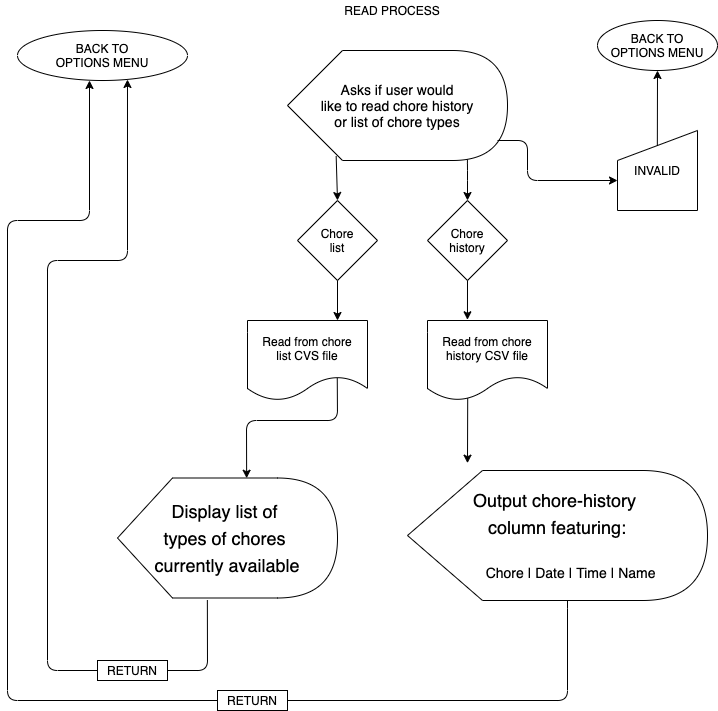
kingjbradz/JordanBradley_T1A3 keeps this draw.io diagram as docs/read_process.png. Above is the earlier version. Source tidied: cells renumbered, new cells last; positions are measured from the earlier drawing's top-left corner, leaving out a move shared by most shapes. The source it was exported from:
```xml
<mxGraphModel>
  <root>
    <mxCell id="0" />
    <mxCell id="1" parent="0" />
    <mxCell id="2" value="READ PROCESS" style="text;html=1;strokeColor=none;fillColor=none;align=center;verticalAlign=middle;whiteSpace=wrap;rounded=0;" parent="1" vertex="1">
      <mxGeometry x="295" width="180" height="20" as="geometry" />
    </mxCell>
    <mxCell id="3" value="BACK TO&lt;br&gt;OPTIONS MENU" style="ellipse;whiteSpace=wrap;html=1;" parent="1" vertex="1">
      <mxGeometry x="10" y="30" width="170" height="50" as="geometry" />
    </mxCell>
    <mxCell id="4" style="endArrow=classic;html=1;exitX=0.451;exitY=1;exitDx=0;exitDy=0;exitPerimeter=0;" parent="1" edge="1">
      <mxGeometry relative="1" as="geometry">
        <mxPoint x="559.8" y="597.5" as="sourcePoint" />
        <mxPoint x="82" y="80" as="targetPoint" />
        <Array as="points">
          <mxPoint x="560" y="598" />
          <mxPoint x="560" y="700" />
          <mxPoint y="700" />
          <mxPoint y="220" />
          <mxPoint x="82" y="220" />
        </Array>
      </mxGeometry>
    </mxCell>
    <mxCell id="5" style="endArrow=classic;html=1;entryX=0.647;entryY=0.98;entryDx=0;entryDy=0;entryPerimeter=0;exitX=0.461;exitY=0.999;exitDx=0;exitDy=0;exitPerimeter=0;" parent="1" edge="1" target="3">
      <mxGeometry relative="1" as="geometry">
        <mxPoint x="199.9" y="599.6" as="sourcePoint" />
        <Array as="points">
          <mxPoint x="200" y="670" />
          <mxPoint x="40" y="670" />
          <mxPoint x="40" y="260" />
          <mxPoint x="120" y="260" />
        </Array>
      </mxGeometry>
    </mxCell>
    <mxCell id="6" value="Chore&lt;br&gt;list" style="rhombus;whiteSpace=wrap;html=1;" parent="1" vertex="1">
      <mxGeometry x="290" y="200" width="80" height="80" as="geometry" />
    </mxCell>
    <mxCell id="7" value="Chore&lt;br&gt;history" style="rhombus;whiteSpace=wrap;html=1;" parent="1" vertex="1">
      <mxGeometry x="420" y="200" width="80" height="80" as="geometry" />
    </mxCell>
    <mxCell id="8" value="Read from chore&lt;br&gt;list CVS file" style="shape=document;whiteSpace=wrap;html=1;boundedLbl=1;" parent="1" vertex="1">
      <mxGeometry x="240" y="320" width="120" height="80" as="geometry" />
    </mxCell>
    <mxCell id="9" value="Read from chore&lt;br&gt;history CSV file" style="shape=document;whiteSpace=wrap;html=1;boundedLbl=1;" parent="1" vertex="1">
      <mxGeometry x="420" y="320" width="120" height="80" as="geometry" />
    </mxCell>
    <mxCell id="10" style="endArrow=classic;html=1;exitX=0.187;exitY=0.987;exitDx=0;exitDy=0;exitPerimeter=0;entryX=0.5;entryY=0;entryDx=0;entryDy=0;" parent="1" edge="1" target="6">
      <mxGeometry relative="1" as="geometry">
        <mxPoint x="328.7" y="155.5" as="sourcePoint" />
      </mxGeometry>
    </mxCell>
    <mxCell id="11" style="endArrow=classic;html=1;entryX=0.5;entryY=0;entryDx=0;entryDy=0;exitX=0.916;exitY=0.997;exitDx=0;exitDy=0;exitPerimeter=0;" parent="1" edge="1" target="7">
      <mxGeometry relative="1" as="geometry">
        <mxPoint x="459.9" y="156.6" as="sourcePoint" />
        <Array as="points">
          <mxPoint x="460" y="170" />
        </Array>
      </mxGeometry>
    </mxCell>
    <mxCell id="12" style="endArrow=classic;html=1;entryX=0.75;entryY=0;entryDx=0;entryDy=0;" parent="1" edge="1" target="8">
      <mxGeometry relative="1" as="geometry">
        <mxPoint x="330" y="280" as="sourcePoint" />
      </mxGeometry>
    </mxCell>
    <mxCell id="13" style="endArrow=classic;html=1;entryX=0.333;entryY=-0.009;entryDx=0;entryDy=0;exitX=0.5;exitY=1;exitDx=0;exitDy=0;entryPerimeter=0;" parent="1" edge="1" source="7" target="9">
      <mxGeometry relative="1" as="geometry" />
    </mxCell>
    <mxCell id="14" style="endArrow=classic;html=1;exitX=0.335;exitY=0.972;exitDx=0;exitDy=0;exitPerimeter=0;entryX=0.129;entryY=0.005;entryDx=0;entryDy=0;entryPerimeter=0;" parent="1" edge="1" source="9">
      <mxGeometry relative="1" as="geometry">
        <mxPoint x="460" y="462.7" as="targetPoint" />
      </mxGeometry>
    </mxCell>
    <mxCell id="15" style="endArrow=classic;html=1;entryX=0.587;entryY=0.002;entryDx=0;entryDy=0;entryPerimeter=0;exitX=0.748;exitY=0.719;exitDx=0;exitDy=0;exitPerimeter=0;" parent="1" edge="1" source="8" target="17">
      <mxGeometry relative="1" as="geometry">
        <Array as="points">
          <mxPoint x="330" y="420" />
          <mxPoint x="239" y="420" />
        </Array>
      </mxGeometry>
    </mxCell>
    <mxCell id="16" value="&lt;font style=&quot;font-size: 14px&quot;&gt;Asks if user would&lt;br&gt;like to read chore history&lt;br&gt;or list of chore types&lt;/font&gt;" style="shape=display;whiteSpace=wrap;html=1;" parent="1" vertex="1">
      <mxGeometry x="280" y="50" width="220" height="110" as="geometry" />
    </mxCell>
    <mxCell id="17" value="&lt;span style=&quot;font-size: 18px&quot;&gt;Display list of&amp;nbsp;&lt;/span&gt;&lt;br style=&quot;font-size: 18px&quot;&gt;&lt;span style=&quot;font-size: 18px&quot;&gt;types of chores&amp;nbsp;&lt;/span&gt;&lt;br style=&quot;font-size: 18px&quot;&gt;&lt;span style=&quot;font-size: 18px&quot;&gt;currently available&lt;/span&gt;" style="shape=display;whiteSpace=wrap;html=1;" parent="1" vertex="1">
      <mxGeometry x="110" y="477.5" width="220" height="120" as="geometry" />
    </mxCell>
    <mxCell id="18" value="&lt;span style=&quot;font-size: 18px&quot;&gt;Output chore-history&amp;nbsp;&lt;/span&gt;&lt;br style=&quot;font-size: 18px&quot;&gt;&lt;span style=&quot;font-size: 18px&quot;&gt;column featuring:&lt;/span&gt;&lt;br style=&quot;font-size: 18px&quot;&gt;&lt;br style=&quot;font-size: 18px&quot;&gt;&lt;font style=&quot;font-size: 14px&quot;&gt;&amp;nbsp; &amp;nbsp; &amp;nbsp; &amp;nbsp;Chore | Date | Time | Name&lt;/font&gt;" style="shape=display;whiteSpace=wrap;html=1;" parent="1" vertex="1">
      <mxGeometry x="400" y="470" width="300" height="130" as="geometry" />
    </mxCell>
    <mxCell id="19" value="RETURN" style="rounded=0;whiteSpace=wrap;html=1;" parent="1" vertex="1">
      <mxGeometry x="90" y="660" width="70" height="20" as="geometry" />
    </mxCell>
    <mxCell id="20" value="RETURN" style="rounded=0;whiteSpace=wrap;html=1;" parent="1" vertex="1">
      <mxGeometry x="210" y="690" width="70" height="20" as="geometry" />
    </mxCell>
    <mxCell id="21" style="endArrow=classic;html=1;" parent="1" edge="1">
      <mxGeometry relative="1" as="geometry">
        <mxPoint x="490" y="140" as="sourcePoint" />
        <mxPoint x="610" y="180" as="targetPoint" />
        <Array as="points">
          <mxPoint x="520" y="140" />
          <mxPoint x="520" y="180" />
        </Array>
      </mxGeometry>
    </mxCell>
    <mxCell id="22" value="INVALID" style="shape=manualInput;whiteSpace=wrap;html=1;" parent="1" vertex="1">
      <mxGeometry x="610" y="130" width="80" height="80" as="geometry" />
    </mxCell>
    <mxCell id="23" style="endArrow=classic;html=1;exitX=0.498;exitY=0.192;exitDx=0;exitDy=0;exitPerimeter=0;" parent="1" edge="1" source="22">
      <mxGeometry relative="1" as="geometry">
        <mxPoint x="650" y="70" as="targetPoint" />
      </mxGeometry>
    </mxCell>
    <mxCell id="24" value="BACK TO&lt;br&gt;OPTIONS MENU" style="ellipse;whiteSpace=wrap;html=1;" parent="1" vertex="1">
      <mxGeometry x="590" y="20" width="120" height="50" as="geometry" />
    </mxCell>
  </root>
</mxGraphModel>
```
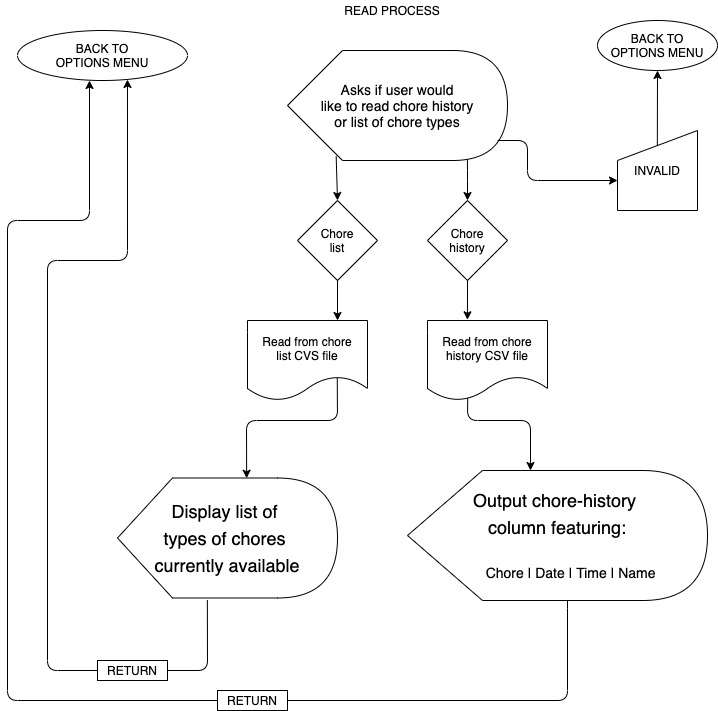
Above is the later version.

Diff of the diagram source:
```diff
@@ -65,9 +65,12 @@
     <mxCell id="13" style="endArrow=classic;html=1;entryX=0.333;entryY=-0.009;entryDx=0;entryDy=0;exitX=0.5;exitY=1;exitDx=0;exitDy=0;entryPerimeter=0;" parent="1" edge="1" source="7" target="9">
       <mxGeometry relative="1" as="geometry" />
     </mxCell>
-    <mxCell id="14" style="endArrow=classic;html=1;exitX=0.335;exitY=0.972;exitDx=0;exitDy=0;exitPerimeter=0;entryX=0.129;entryY=0.005;entryDx=0;entryDy=0;entryPerimeter=0;" parent="1" edge="1" source="9">
+    <mxCell id="14" style="endArrow=classic;html=1;exitX=0.335;exitY=0.972;exitDx=0;exitDy=0;exitPerimeter=0;entryX=0.41;entryY=0;entryDx=0;entryDy=0;entryPerimeter=0;" parent="1" edge="1" source="9" target="18">
       <mxGeometry relative="1" as="geometry">
-        <mxPoint x="460" y="462.7" as="targetPoint" />
+        <Array as="points">
+          <mxPoint x="460" y="420" />
+          <mxPoint x="523" y="420" />
+        </Array>
       </mxGeometry>
     </mxCell>
     <mxCell id="15" style="endArrow=classic;html=1;entryX=0.587;entryY=0.002;entryDx=0;entryDy=0;entryPerimeter=0;exitX=0.748;exitY=0.719;exitDx=0;exitDy=0;exitPerimeter=0;" parent="1" edge="1" source="8" target="17">
```
